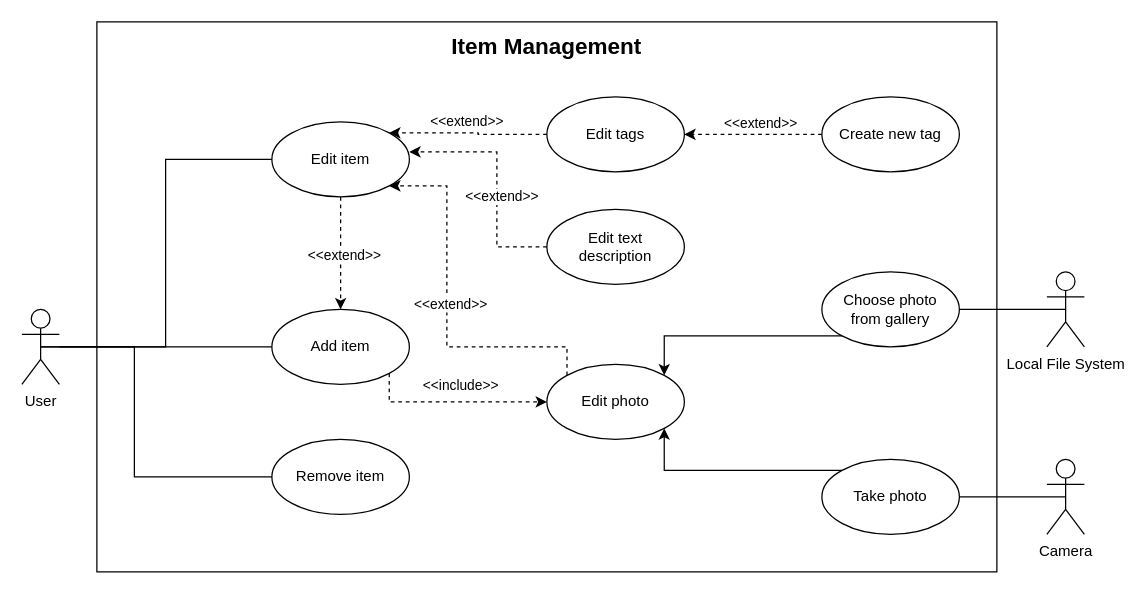
This is docs/diagrams/ucd-item-management.drawio from gienon-fer/SeekFit, a draw.io file, before an edit. Source tidied: cells renumbered, new cells numbered last; positions are measured from the earlier drawing's top-left corner, leaving out a move shared by most shapes. Both pictures are drawn from the tidied source at 125%, with x=0, y=0 at pixel (21, 21).
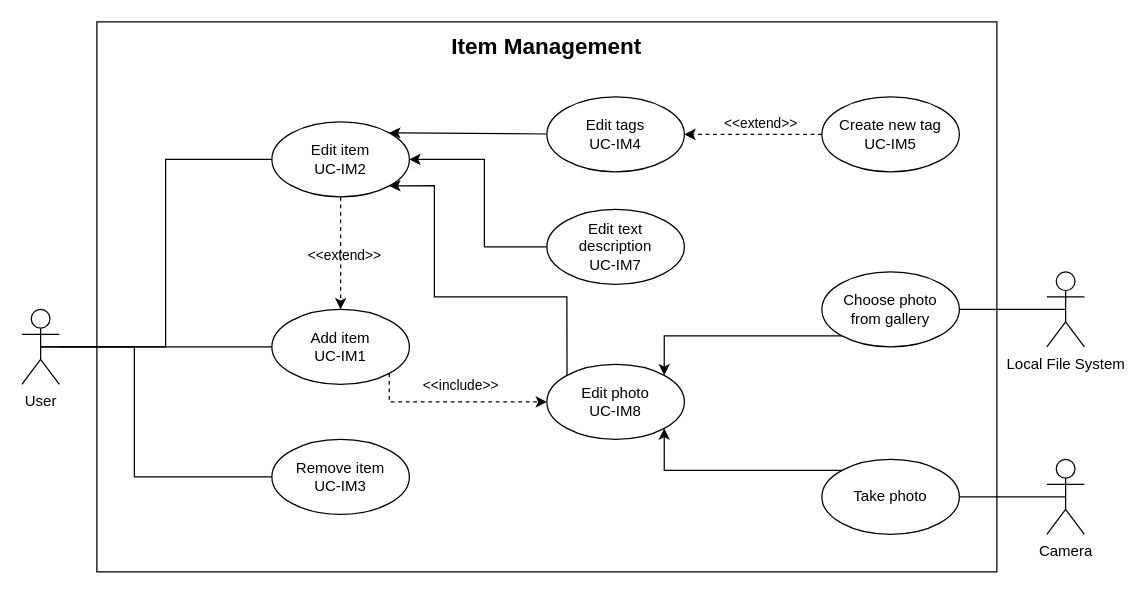
Above is the later version.

Unchanged cells that the change refers to:
```xml
<mxCell id="4" style="edgeStyle=orthogonalEdgeStyle;rounded=0;jettySize=auto;html=1;exitX=1;exitY=1;exitDx=0;exitDy=0;entryX=0;entryY=0.5;entryDx=0;entryDy=0;dashed=1;" parent="1" edge="1" source="6" target="20">
  <mxGeometry relative="1" as="geometry">
    <Array as="points">
      <mxPoint x="294" y="304" />
    </Array>
  </mxGeometry>
</mxCell>
<mxCell id="7" style="edgeStyle=orthogonalEdgeStyle;rounded=0;jettySize=auto;html=1;exitX=0.5;exitY=1;exitDx=0;exitDy=0;entryX=0.5;entryY=0;entryDx=0;entryDy=0;dashed=1;" parent="1" edge="1" source="9" target="6">
  <mxGeometry relative="1" as="geometry" />
</mxCell>
<mxCell id="23" style="edgeStyle=orthogonalEdgeStyle;rounded=0;jettySize=auto;html=1;exitX=0;exitY=0.5;exitDx=0;exitDy=0;entryX=1;entryY=0.5;entryDx=0;entryDy=0;dashed=1;" parent="1" edge="1" source="25" target="16">
  <mxGeometry relative="1" as="geometry" />
</mxCell>
```

Change to the diagram source:
```diff
@@
-    <mxCell id="3" value="Remove item" style="ellipse;whiteSpace=wrap;html=1;fillColor=none;" parent="1" vertex="1">
+    <mxCell id="3" value="Remove item&lt;br&gt;UC-IM3" style="ellipse;whiteSpace=wrap;html=1;fillColor=none;" parent="1" vertex="1">
       <mxGeometry x="200" y="334" width="110" height="60" as="geometry" />
     </mxCell>
@@
-    <mxCell id="5" value="&amp;lt;&amp;lt;include&amp;gt;&amp;gt;" style="edgeLabel;html=1;align=center;verticalAlign=middle;" parent="4" vertex="1">
+    <mxCell id="5" value="&amp;lt;&amp;lt;include&amp;gt;&amp;gt;" style="edgeLabel;html=1;align=center;verticalAlign=middle;labelBackgroundColor=none;" parent="4" vertex="1">
       <mxGeometry x="-0.01" relative="1" as="geometry">
         <mxPoint x="5" y="-14" as="offset" />
       </mxGeometry>
     </mxCell>
-    <mxCell id="6" value="Add item" style="ellipse;whiteSpace=wrap;html=1;fillColor=none;" parent="1" vertex="1">
+    <mxCell id="6" value="Add item&lt;br&gt;UC-IM1" style="ellipse;whiteSpace=wrap;html=1;fillColor=none;" parent="1" vertex="1">
       <mxGeometry x="200" y="230" width="110" height="60" as="geometry" />
     </mxCell>
@@
-    <mxCell id="8" value="&amp;lt;&amp;lt;extend&amp;gt;&amp;gt;" style="edgeLabel;html=1;align=center;verticalAlign=middle;" parent="7" vertex="1">
+    <mxCell id="8" value="&amp;lt;&amp;lt;extend&amp;gt;&amp;gt;" style="edgeLabel;html=1;align=center;verticalAlign=middle;labelBackgroundColor=none;" parent="7" vertex="1">
       <mxGeometry x="0.02" y="2" relative="1" as="geometry" />
     </mxCell>
-    <mxCell id="9" value="Edit item" style="ellipse;whiteSpace=wrap;html=1;fillColor=none;" parent="1" vertex="1">
+    <mxCell id="9" value="Edit item&lt;br&gt;UC-IM2" style="ellipse;whiteSpace=wrap;html=1;fillColor=none;" parent="1" vertex="1">
       <mxGeometry x="200" y="80" width="110" height="60" as="geometry" />
     </mxCell>
@@
-    <mxCell id="14" style="edgeStyle=orthogonalEdgeStyle;rounded=0;jettySize=auto;html=1;exitX=0;exitY=0.5;exitDx=0;exitDy=0;entryX=1;entryY=0;entryDx=0;entryDy=0;dashed=1;" parent="1" edge="1" source="16" target="9">
+    <mxCell id="14" style="edgeStyle=none;html=1;entryX=1;entryY=0;entryDx=0;entryDy=0;" parent="1" edge="1" source="16" target="9">
       <mxGeometry relative="1" as="geometry" />
     </mxCell>
-    <mxCell id="15" value="&amp;lt;&amp;lt;extend&amp;gt;&amp;gt;" style="edgeLabel;html=1;align=center;verticalAlign=middle;" parent="14" vertex="1">
-      <mxGeometry x="0.04" y="-1" relative="1" as="geometry">
-        <mxPoint y="-8" as="offset" />
-      </mxGeometry>
-    </mxCell>
-    <mxCell id="16" value="Edit tags" style="ellipse;whiteSpace=wrap;html=1;fillColor=none;" parent="1" vertex="1">
+    <mxCell id="16" value="Edit tags&lt;br&gt;UC-IM4" style="ellipse;whiteSpace=wrap;html=1;fillColor=none;" parent="1" vertex="1">
       <mxGeometry x="420" y="60" width="110" height="60" as="geometry" />
     </mxCell>
+    <mxCell id="21" style="edgeStyle=none;html=1;exitX=0;exitY=0.5;exitDx=0;exitDy=0;entryX=1;entryY=0.5;entryDx=0;entryDy=0;rounded=0;" parent="1" edge="1" source="17" target="9">
+      <mxGeometry relative="1" as="geometry">
+        <Array as="points">
+          <mxPoint x="370" y="180" />
+          <mxPoint x="370" y="110" />
+        </Array>
+      </mxGeometry>
+    </mxCell>
-    <mxCell id="17" value="&lt;div&gt;Edit text&lt;/div&gt;&lt;div&gt;description&lt;/div&gt;" style="ellipse;whiteSpace=wrap;html=1;fillColor=none;" parent="1" vertex="1">
+    <mxCell id="17" value="&lt;div&gt;Edit text&lt;/div&gt;&lt;div&gt;description&lt;/div&gt;&lt;div&gt;UC-IM7&lt;br&gt;&lt;/div&gt;" style="ellipse;whiteSpace=wrap;html=1;fillColor=none;" parent="1" vertex="1">
       <mxGeometry x="420" y="150" width="110" height="60" as="geometry" />
     </mxCell>
-    <mxCell id="18" style="edgeStyle=orthogonalEdgeStyle;rounded=0;jettySize=auto;html=1;exitX=0;exitY=0;exitDx=0;exitDy=0;entryX=1;entryY=1;entryDx=0;entryDy=0;dashed=1;" parent="1" edge="1" source="20" target="9">
+    <mxCell id="18" style="html=1;exitX=0;exitY=0;exitDx=0;exitDy=0;entryX=1;entryY=1;entryDx=0;entryDy=0;endSize=6;rounded=0;" parent="1" edge="1" source="20" target="9">
       <mxGeometry relative="1" as="geometry">
         <Array as="points">
-          <mxPoint x="436" y="260" />
-          <mxPoint x="340" y="260" />
-          <mxPoint x="340" y="131" />
+          <mxPoint x="436" y="220" />
+          <mxPoint x="330" y="220" />
+          <mxPoint x="330" y="131" />
         </Array>
       </mxGeometry>
     </mxCell>
-    <mxCell id="19" value="&amp;lt;&amp;lt;extend&amp;gt;&amp;gt;" style="edgeLabel;html=1;align=center;verticalAlign=middle;" parent="18" vertex="1">
-      <mxGeometry x="0.04" y="-2" relative="1" as="geometry" />
-    </mxCell>
-    <mxCell id="20" value="Edit photo" style="ellipse;whiteSpace=wrap;html=1;fillColor=none;" parent="1" vertex="1">
+    <mxCell id="20" value="Edit photo&lt;br&gt;UC-IM8" style="ellipse;whiteSpace=wrap;html=1;fillColor=none;" parent="1" vertex="1">
       <mxGeometry x="420" y="274" width="110" height="60" as="geometry" />
     </mxCell>
-    <mxCell id="21" style="edgeStyle=orthogonalEdgeStyle;rounded=0;jettySize=auto;html=1;exitX=0;exitY=0.5;exitDx=0;exitDy=0;entryX=1;entryY=0.4;entryDx=0;entryDy=0;entryPerimeter=0;dashed=1;" parent="1" edge="1" source="17" target="9">
-      <mxGeometry relative="1" as="geometry">
-        <Array as="points">
-          <mxPoint x="380" y="180" />
-          <mxPoint x="380" y="104" />
-        </Array>
-      </mxGeometry>
-    </mxCell>
-    <mxCell id="22" value="&amp;lt;&amp;lt;extend&amp;gt;&amp;gt;" style="edgeLabel;html=1;align=center;verticalAlign=middle;" parent="21" vertex="1">
-      <mxGeometry x="-0.13" y="-3" relative="1" as="geometry" />
-    </mxCell>
@@
-    <mxCell id="24" value="&amp;lt;&amp;lt;extend&amp;gt;&amp;gt;" style="edgeLabel;html=1;align=center;verticalAlign=middle;" parent="23" vertex="1">
+    <mxCell id="24" value="&amp;lt;&amp;lt;extend&amp;gt;&amp;gt;" style="edgeLabel;html=1;align=center;verticalAlign=middle;labelBackgroundColor=none;" parent="23" vertex="1">
       <mxGeometry x="0.05" y="3" relative="1" as="geometry">
         <mxPoint x="8" y="-13" as="offset" />
       </mxGeometry>
     </mxCell>
-    <mxCell id="25" value="Create new tag" style="ellipse;whiteSpace=wrap;html=1;fillColor=none;" parent="1" vertex="1">
+    <mxCell id="25" value="Create new tag&lt;br&gt;UC-IM5" style="ellipse;whiteSpace=wrap;html=1;fillColor=none;" parent="1" vertex="1">
       <mxGeometry x="640" y="60" width="110" height="60" as="geometry" />
     </mxCell>
```
